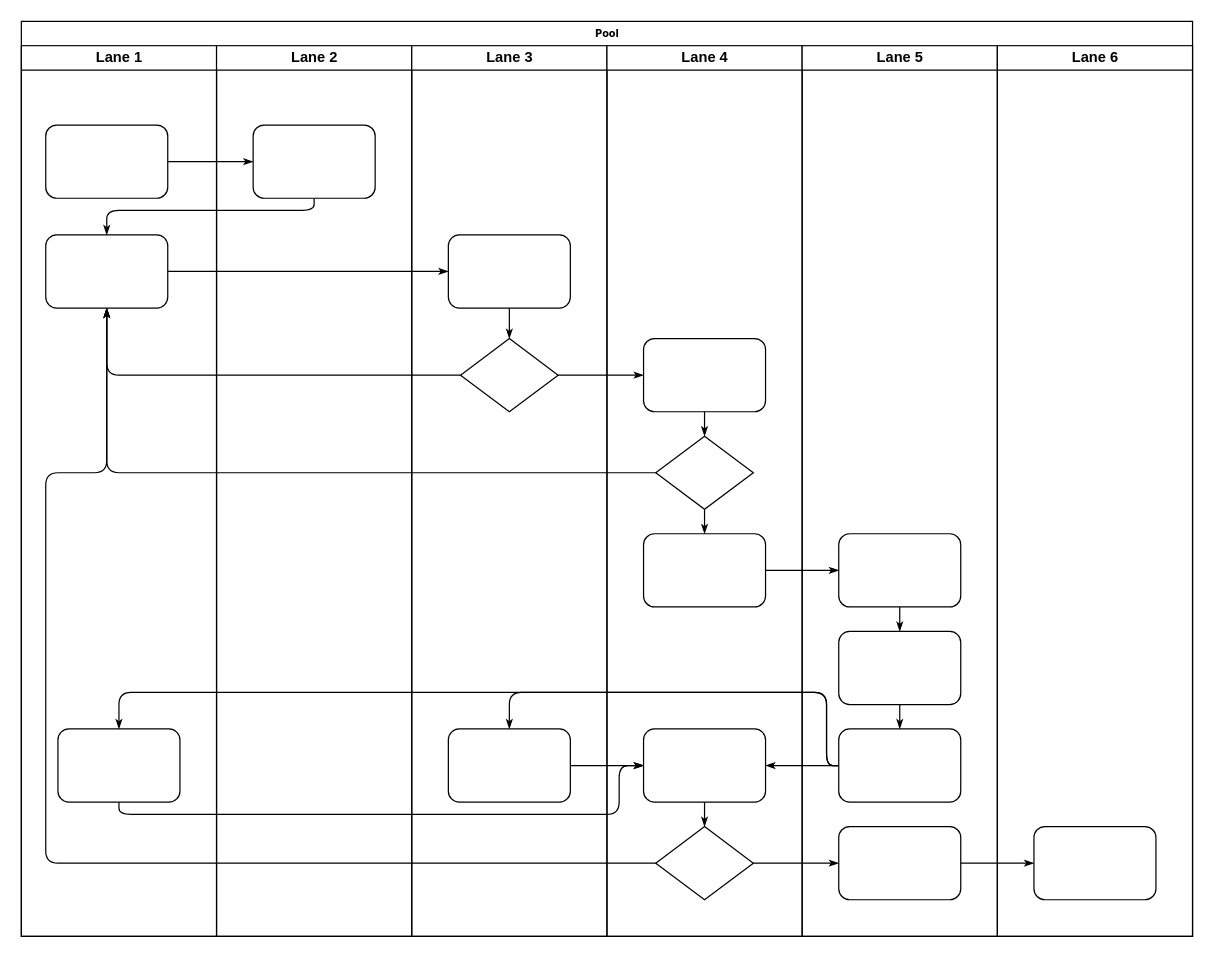
Earlier version of the draw.io diagram Diagrama sin título.drawio (SalvatierraJoe/FLUJOS-SIMTEXX). Source tidied: cells renumbered, new cells numbered last; positions are measured from the earlier drawing's top-left corner, leaving out a move shared by most shapes. Both pictures are drawn from the tidied source at 122%, with x=0, y=0 at pixel (21, 21).
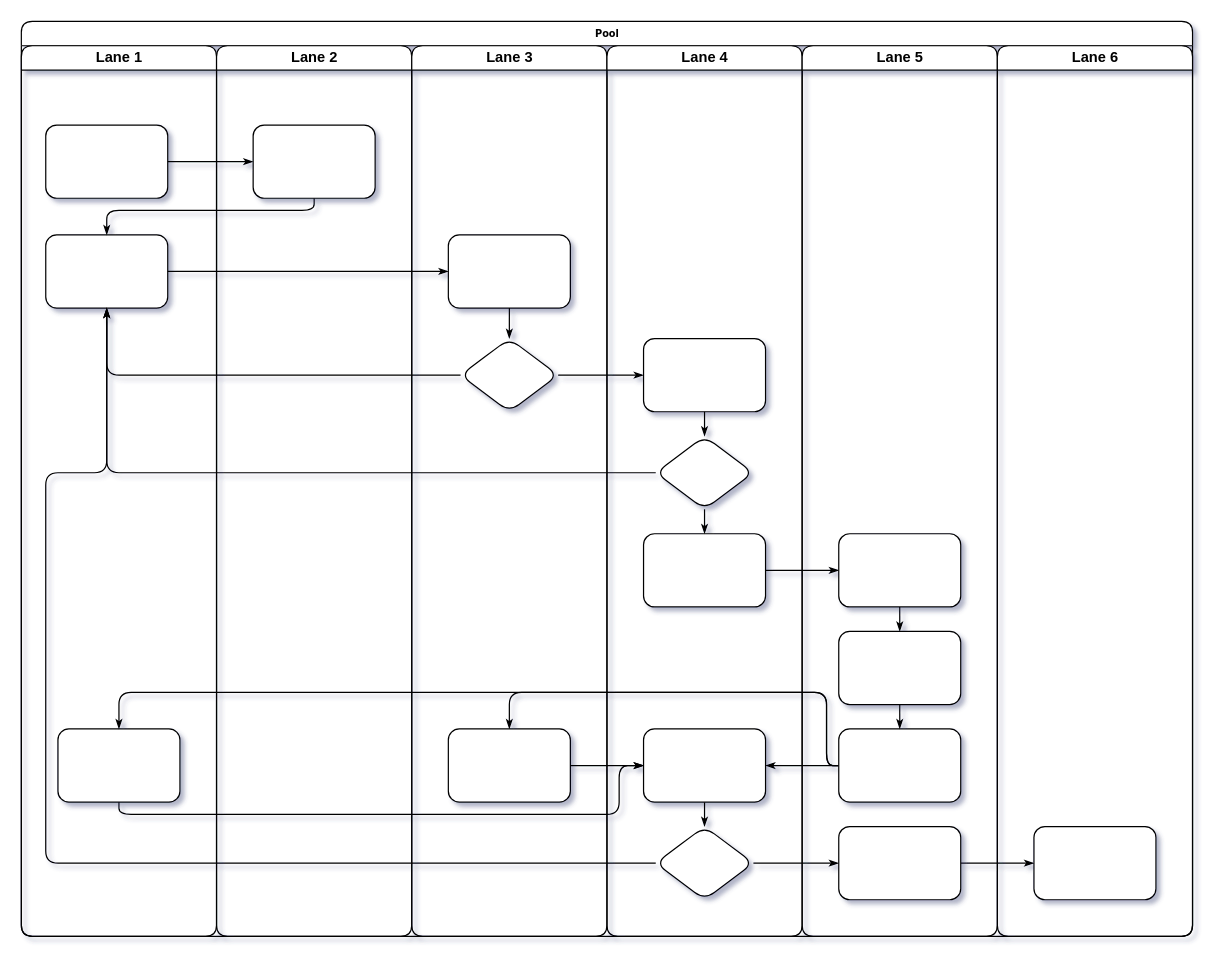
Above is the later version.

Unchanged cells that the change refers to:
```xml
<mxCell id="4" style="rounded=1;whiteSpace=wrap;html=1;shadow=0;labelBackgroundColor=none;strokeWidth=1;fontFamily=Verdana;fontSize=8;align=center;" parent="3" vertex="1">
  <mxGeometry x="20" y="65" width="100" height="60" as="geometry" />
</mxCell>
<mxCell id="5" style="rounded=1;whiteSpace=wrap;html=1;shadow=0;labelBackgroundColor=none;strokeWidth=1;fontFamily=Verdana;fontSize=8;align=center;" parent="3" vertex="1">
  <mxGeometry x="20" y="155" width="100" height="60" as="geometry" />
</mxCell>
<mxCell id="6" style="rounded=1;whiteSpace=wrap;html=1;shadow=0;labelBackgroundColor=none;strokeWidth=1;fontFamily=Verdana;fontSize=8;align=center;" parent="3" vertex="1">
  <mxGeometry x="30" y="560" width="100" height="60" as="geometry" />
</mxCell>
<mxCell id="23" style="rounded=1;whiteSpace=wrap;html=1;shadow=0;labelBackgroundColor=none;strokeWidth=1;fontFamily=Verdana;fontSize=8;align=center;" parent="22" vertex="1">
  <mxGeometry x="30" y="65" width="100" height="60" as="geometry" />
</mxCell>
<mxCell id="25" style="rounded=1;whiteSpace=wrap;html=1;shadow=0;labelBackgroundColor=none;strokeWidth=1;fontFamily=Verdana;fontSize=8;align=center;" parent="24" vertex="1">
  <mxGeometry x="30" y="155" width="100" height="60" as="geometry" />
</mxCell>
<mxCell id="27" style="rounded=1;whiteSpace=wrap;html=1;shadow=0;labelBackgroundColor=none;strokeWidth=1;fontFamily=Verdana;fontSize=8;align=center;" parent="24" vertex="1">
  <mxGeometry x="30" y="560" width="100" height="60" as="geometry" />
</mxCell>
<mxCell id="30" style="rounded=1;whiteSpace=wrap;html=1;shadow=0;labelBackgroundColor=none;strokeWidth=1;fontFamily=Verdana;fontSize=8;align=center;" parent="29" vertex="1">
  <mxGeometry x="30" y="240" width="100" height="60" as="geometry" />
</mxCell>
<mxCell id="32" style="rounded=1;whiteSpace=wrap;html=1;shadow=0;labelBackgroundColor=none;strokeWidth=1;fontFamily=Verdana;fontSize=8;align=center;" parent="29" vertex="1">
  <mxGeometry x="30" y="400" width="100" height="60" as="geometry" />
</mxCell>
<mxCell id="33" style="rounded=1;whiteSpace=wrap;html=1;shadow=0;labelBackgroundColor=none;strokeWidth=1;fontFamily=Verdana;fontSize=8;align=center;" parent="29" vertex="1">
  <mxGeometry x="30" y="560" width="100" height="60" as="geometry" />
</mxCell>
<mxCell id="39" style="rounded=1;whiteSpace=wrap;html=1;shadow=0;labelBackgroundColor=none;strokeWidth=1;fontFamily=Verdana;fontSize=8;align=center;" parent="38" vertex="1">
  <mxGeometry x="30" y="400" width="100" height="60" as="geometry" />
</mxCell>
<mxCell id="40" style="rounded=1;whiteSpace=wrap;html=1;shadow=0;labelBackgroundColor=none;strokeWidth=1;fontFamily=Verdana;fontSize=8;align=center;" parent="38" vertex="1">
  <mxGeometry x="30" y="480" width="100" height="60" as="geometry" />
</mxCell>
<mxCell id="41" style="rounded=1;whiteSpace=wrap;html=1;shadow=0;labelBackgroundColor=none;strokeWidth=1;fontFamily=Verdana;fontSize=8;align=center;" parent="38" vertex="1">
  <mxGeometry x="30" y="560" width="100" height="60" as="geometry" />
</mxCell>
<mxCell id="42" style="rounded=1;whiteSpace=wrap;html=1;shadow=0;labelBackgroundColor=none;strokeWidth=1;fontFamily=Verdana;fontSize=8;align=center;" parent="38" vertex="1">
  <mxGeometry x="30" y="640" width="100" height="60" as="geometry" />
</mxCell>
<mxCell id="46" style="rounded=1;whiteSpace=wrap;html=1;shadow=0;labelBackgroundColor=none;strokeWidth=1;fontFamily=Verdana;fontSize=8;align=center;" parent="45" vertex="1">
  <mxGeometry x="30" y="640" width="100" height="60" as="geometry" />
</mxCell>
```

What changed in the source:
```diff
@@
-<mxGraphModel>
+<mxGraphModel background="#ffffff" shadow="1">
@@
-    <mxCell id="2" value="Pool" style="swimlane;html=1;startSize=20;rounded=0;shadow=0;labelBackgroundColor=none;strokeWidth=1;fontFamily=Verdana;fontSize=8;align=center;" parent="1" vertex="1">
+    <mxCell id="2" value="Pool" style="swimlane;html=1;startSize=20;rounded=1;shadow=0;labelBackgroundColor=none;strokeWidth=1;fontFamily=Verdana;fontSize=8;align=center;" parent="1" vertex="1">
       <mxGeometry width="960" height="750" as="geometry" />
     </mxCell>
-    <mxCell id="3" value="Lane 1" style="swimlane;html=1;startSize=20;" parent="2" vertex="1">
+    <mxCell id="3" value="Lane 1" style="swimlane;html=1;startSize=20;labelBackgroundColor=none;rounded=1;" parent="2" vertex="1">
       <mxGeometry y="20" width="160" height="730" as="geometry" />
     </mxCell>
@@
-    <mxCell id="7" style="edgeStyle=orthogonalEdgeStyle;rounded=1;html=1;labelBackgroundColor=none;startArrow=none;startFill=0;startSize=5;endArrow=classicThin;endFill=1;endSize=5;jettySize=auto;strokeWidth=1;fontFamily=Verdana;fontSize=8;" parent="2" edge="1" source="4" target="23">
+    <mxCell id="7" style="edgeStyle=orthogonalEdgeStyle;rounded=1;html=1;labelBackgroundColor=none;startArrow=none;startFill=0;startSize=5;endArrow=classicThin;endFill=1;endSize=5;jettySize=auto;strokeWidth=1;fontFamily=Verdana;fontSize=8;fontColor=default;" parent="2" edge="1" source="4" target="23">
       <mxGeometry relative="1" as="geometry" />
     </mxCell>
-    <mxCell id="8" style="edgeStyle=orthogonalEdgeStyle;rounded=1;html=1;labelBackgroundColor=none;startArrow=none;startFill=0;startSize=5;endArrow=classicThin;endFill=1;endSize=5;jettySize=auto;strokeWidth=1;fontFamily=Verdana;fontSize=8;" parent="2" edge="1" source="23" target="5">
+    <mxCell id="8" style="edgeStyle=orthogonalEdgeStyle;rounded=1;html=1;labelBackgroundColor=none;startArrow=none;startFill=0;startSize=5;endArrow=classicThin;endFill=1;endSize=5;jettySize=auto;strokeWidth=1;fontFamily=Verdana;fontSize=8;fontColor=default;" parent="2" edge="1" source="23" target="5">
       <mxGeometry relative="1" as="geometry">
         <Array as="points">
           <mxPoint x="240" y="155" />
           <mxPoint x="70" y="155" />
         </Array>
       </mxGeometry>
     </mxCell>
-    <mxCell id="9" style="edgeStyle=orthogonalEdgeStyle;rounded=1;html=1;labelBackgroundColor=none;startArrow=none;startFill=0;startSize=5;endArrow=classicThin;endFill=1;endSize=5;jettySize=auto;strokeWidth=1;fontFamily=Verdana;fontSize=8;" parent="2" edge="1" source="5" target="25">
+    <mxCell id="9" style="edgeStyle=orthogonalEdgeStyle;rounded=1;html=1;labelBackgroundColor=none;startArrow=none;startFill=0;startSize=5;endArrow=classicThin;endFill=1;endSize=5;jettySize=auto;strokeWidth=1;fontFamily=Verdana;fontSize=8;fontColor=default;" parent="2" edge="1" source="5" target="25">
       <mxGeometry relative="1" as="geometry" />
     </mxCell>
-    <mxCell id="10" style="edgeStyle=orthogonalEdgeStyle;rounded=1;html=1;labelBackgroundColor=none;startArrow=none;startFill=0;startSize=5;endArrow=classicThin;endFill=1;endSize=5;jettySize=auto;strokeWidth=1;fontFamily=Verdana;fontSize=8;" parent="2" edge="1" source="26" target="5">
+    <mxCell id="10" style="edgeStyle=orthogonalEdgeStyle;rounded=1;html=1;labelBackgroundColor=none;startArrow=none;startFill=0;startSize=5;endArrow=classicThin;endFill=1;endSize=5;jettySize=auto;strokeWidth=1;fontFamily=Verdana;fontSize=8;fontColor=default;" parent="2" edge="1" source="26" target="5">
       <mxGeometry relative="1" as="geometry" />
     </mxCell>
-    <mxCell id="11" style="edgeStyle=orthogonalEdgeStyle;rounded=1;html=1;labelBackgroundColor=none;startArrow=none;startFill=0;startSize=5;endArrow=classicThin;endFill=1;endSize=5;jettySize=auto;strokeWidth=1;fontFamily=Verdana;fontSize=8;" parent="2" edge="1" source="31" target="5">
+    <mxCell id="11" style="edgeStyle=orthogonalEdgeStyle;rounded=1;html=1;labelBackgroundColor=none;startArrow=none;startFill=0;startSize=5;endArrow=classicThin;endFill=1;endSize=5;jettySize=auto;strokeWidth=1;fontFamily=Verdana;fontSize=8;fontColor=default;" parent="2" edge="1" source="31" target="5">
       <mxGeometry relative="1" as="geometry" />
     </mxCell>
-    <mxCell id="12" style="edgeStyle=orthogonalEdgeStyle;rounded=1;html=1;labelBackgroundColor=none;startArrow=none;startFill=0;startSize=5;endArrow=classicThin;endFill=1;endSize=5;jettySize=auto;strokeWidth=1;fontFamily=Verdana;fontSize=8;" parent="2" edge="1" source="34" target="5">
+    <mxCell id="12" style="edgeStyle=orthogonalEdgeStyle;rounded=1;html=1;labelBackgroundColor=none;startArrow=none;startFill=0;startSize=5;endArrow=classicThin;endFill=1;endSize=5;jettySize=auto;strokeWidth=1;fontFamily=Verdana;fontSize=8;fontColor=default;" parent="2" edge="1" source="34" target="5">
       <mxGeometry relative="1" as="geometry">
         <Array as="points">
           <mxPoint x="20" y="690" />
           <mxPoint x="20" y="370" />
           <mxPoint x="70" y="370" />
         </Array>
       </mxGeometry>
     </mxCell>
-    <mxCell id="13" style="edgeStyle=orthogonalEdgeStyle;rounded=1;html=1;labelBackgroundColor=none;startArrow=none;startFill=0;startSize=5;endArrow=classicThin;endFill=1;endSize=5;jettySize=auto;strokeWidth=1;fontFamily=Verdana;fontSize=8;" parent="2" edge="1" source="26" target="30">
+    <mxCell id="13" style="edgeStyle=orthogonalEdgeStyle;rounded=1;html=1;labelBackgroundColor=none;startArrow=none;startFill=0;startSize=5;endArrow=classicThin;endFill=1;endSize=5;jettySize=auto;strokeWidth=1;fontFamily=Verdana;fontSize=8;fontColor=default;" parent="2" edge="1" source="26" target="30">
       <mxGeometry relative="1" as="geometry" />
     </mxCell>
-    <mxCell id="14" style="edgeStyle=orthogonalEdgeStyle;rounded=1;html=1;labelBackgroundColor=none;startArrow=none;startFill=0;startSize=5;endArrow=classicThin;endFill=1;endSize=5;jettySize=auto;strokeWidth=1;fontFamily=Verdana;fontSize=8;" parent="2" edge="1" source="34" target="42">
+    <mxCell id="14" style="edgeStyle=orthogonalEdgeStyle;rounded=1;html=1;labelBackgroundColor=none;startArrow=none;startFill=0;startSize=5;endArrow=classicThin;endFill=1;endSize=5;jettySize=auto;strokeWidth=1;fontFamily=Verdana;fontSize=8;fontColor=default;" parent="2" edge="1" source="34" target="42">
       <mxGeometry relative="1" as="geometry" />
     </mxCell>
-    <mxCell id="15" style="edgeStyle=orthogonalEdgeStyle;rounded=1;html=1;labelBackgroundColor=none;startArrow=none;startFill=0;startSize=5;endArrow=classicThin;endFill=1;endSize=5;jettySize=auto;strokeWidth=1;fontFamily=Verdana;fontSize=8;" parent="2" edge="1" source="42" target="46">
+    <mxCell id="15" style="edgeStyle=orthogonalEdgeStyle;rounded=1;html=1;labelBackgroundColor=none;startArrow=none;startFill=0;startSize=5;endArrow=classicThin;endFill=1;endSize=5;jettySize=auto;strokeWidth=1;fontFamily=Verdana;fontSize=8;fontColor=default;" parent="2" edge="1" source="42" target="46">
       <mxGeometry relative="1" as="geometry" />
     </mxCell>
-    <mxCell id="16" style="edgeStyle=orthogonalEdgeStyle;rounded=1;html=1;labelBackgroundColor=none;startArrow=none;startFill=0;startSize=5;endArrow=classicThin;endFill=1;endSize=5;jettySize=auto;strokeWidth=1;fontFamily=Verdana;fontSize=8;" parent="2" edge="1" source="32" target="39">
+    <mxCell id="16" style="edgeStyle=orthogonalEdgeStyle;rounded=1;html=1;labelBackgroundColor=none;startArrow=none;startFill=0;startSize=5;endArrow=classicThin;endFill=1;endSize=5;jettySize=auto;strokeWidth=1;fontFamily=Verdana;fontSize=8;fontColor=default;" parent="2" edge="1" source="32" target="39">
       <mxGeometry relative="1" as="geometry" />
     </mxCell>
-    <mxCell id="17" style="edgeStyle=orthogonalEdgeStyle;rounded=1;html=1;labelBackgroundColor=none;startArrow=none;startFill=0;startSize=5;endArrow=classicThin;endFill=1;endSize=5;jettySize=auto;strokeWidth=1;fontFamily=Verdana;fontSize=8;" parent="2" edge="1" source="41" target="27">
+    <mxCell id="17" style="edgeStyle=orthogonalEdgeStyle;rounded=1;html=1;labelBackgroundColor=none;startArrow=none;startFill=0;startSize=5;endArrow=classicThin;endFill=1;endSize=5;jettySize=auto;strokeWidth=1;fontFamily=Verdana;fontSize=8;fontColor=default;" parent="2" edge="1" source="41" target="27">
       <mxGeometry relative="1" as="geometry">
         <Array as="points">
           <mxPoint x="660" y="610" />
           <mxPoint x="660" y="550" />
           <mxPoint x="400" y="550" />
         </Array>
       </mxGeometry>
     </mxCell>
-    <mxCell id="18" style="edgeStyle=orthogonalEdgeStyle;rounded=1;html=1;labelBackgroundColor=none;startArrow=none;startFill=0;startSize=5;endArrow=classicThin;endFill=1;endSize=5;jettySize=auto;strokeColor=#000000;strokeWidth=1;fontFamily=Verdana;fontSize=8;fontColor=#000000;" parent="2" edge="1" source="41" target="33">
+    <mxCell id="18" style="edgeStyle=orthogonalEdgeStyle;rounded=1;html=1;labelBackgroundColor=none;startArrow=none;startFill=0;startSize=5;endArrow=classicThin;endFill=1;endSize=5;jettySize=auto;strokeWidth=1;fontFamily=Verdana;fontSize=8;fontColor=default;" parent="2" edge="1" source="41" target="33">
       <mxGeometry relative="1" as="geometry" />
     </mxCell>
-    <mxCell id="19" style="edgeStyle=orthogonalEdgeStyle;rounded=1;html=1;labelBackgroundColor=none;startArrow=none;startFill=0;startSize=5;endArrow=classicThin;endFill=1;endSize=5;jettySize=auto;strokeWidth=1;fontFamily=Verdana;fontSize=8;" parent="2" edge="1" source="41" target="6">
+    <mxCell id="19" style="edgeStyle=orthogonalEdgeStyle;rounded=1;html=1;labelBackgroundColor=none;startArrow=none;startFill=0;startSize=5;endArrow=classicThin;endFill=1;endSize=5;jettySize=auto;strokeWidth=1;fontFamily=Verdana;fontSize=8;fontColor=default;" parent="2" edge="1" source="41" target="6">
       <mxGeometry relative="1" as="geometry">
         <Array as="points">
           <mxPoint x="660" y="610" />
           <mxPoint x="660" y="550" />
           <mxPoint x="80" y="550" />
         </Array>
       </mxGeometry>
     </mxCell>
-    <mxCell id="20" style="edgeStyle=orthogonalEdgeStyle;rounded=1;html=1;labelBackgroundColor=none;startArrow=none;startFill=0;startSize=5;endArrow=classicThin;endFill=1;endSize=5;jettySize=auto;strokeWidth=1;fontFamily=Verdana;fontSize=8;" parent="2" edge="1" source="6" target="33">
+    <mxCell id="20" style="edgeStyle=orthogonalEdgeStyle;rounded=1;html=1;labelBackgroundColor=none;startArrow=none;startFill=0;startSize=5;endArrow=classicThin;endFill=1;endSize=5;jettySize=auto;strokeWidth=1;fontFamily=Verdana;fontSize=8;fontColor=default;" parent="2" edge="1" source="6" target="33">
       <mxGeometry relative="1" as="geometry">
         <Array as="points">
           <mxPoint x="80" y="650" />
           <mxPoint x="490" y="650" />
           <mxPoint x="490" y="610" />
         </Array>
       </mxGeometry>
     </mxCell>
-    <mxCell id="21" style="edgeStyle=orthogonalEdgeStyle;rounded=1;html=1;labelBackgroundColor=none;startArrow=none;startFill=0;startSize=5;endArrow=classicThin;endFill=1;endSize=5;jettySize=auto;strokeWidth=1;fontFamily=Verdana;fontSize=8;" parent="2" edge="1" source="27" target="33">
+    <mxCell id="21" style="edgeStyle=orthogonalEdgeStyle;rounded=1;html=1;labelBackgroundColor=none;startArrow=none;startFill=0;startSize=5;endArrow=classicThin;endFill=1;endSize=5;jettySize=auto;strokeWidth=1;fontFamily=Verdana;fontSize=8;fontColor=default;" parent="2" edge="1" source="27" target="33">
       <mxGeometry relative="1" as="geometry" />
     </mxCell>
-    <mxCell id="22" value="Lane 2" style="swimlane;html=1;startSize=20;" parent="2" vertex="1">
+    <mxCell id="22" value="Lane 2" style="swimlane;html=1;startSize=20;labelBackgroundColor=none;rounded=1;" parent="2" vertex="1">
       <mxGeometry x="160" y="20" width="160" height="730" as="geometry" />
     </mxCell>
@@
-    <mxCell id="24" value="Lane 3" style="swimlane;html=1;startSize=20;" parent="2" vertex="1">
+    <mxCell id="24" value="Lane 3" style="swimlane;html=1;startSize=20;labelBackgroundColor=none;rounded=1;" parent="2" vertex="1">
       <mxGeometry x="320" y="20" width="160" height="730" as="geometry" />
     </mxCell>
@@
-    <mxCell id="26" style="rhombus;whiteSpace=wrap;html=1;rounded=0;shadow=0;labelBackgroundColor=none;strokeWidth=1;fontFamily=Verdana;fontSize=8;align=center;" parent="24" vertex="1">
+    <mxCell id="26" style="rhombus;whiteSpace=wrap;html=1;rounded=1;shadow=0;labelBackgroundColor=none;strokeWidth=1;fontFamily=Verdana;fontSize=8;align=center;" parent="24" vertex="1">
       <mxGeometry x="40" y="240" width="80" height="60" as="geometry" />
     </mxCell>
@@
-    <mxCell id="28" style="edgeStyle=orthogonalEdgeStyle;rounded=1;html=1;labelBackgroundColor=none;startArrow=none;startFill=0;startSize=5;endArrow=classicThin;endFill=1;endSize=5;jettySize=auto;strokeWidth=1;fontFamily=Verdana;fontSize=8;" parent="24" edge="1" source="25" target="26">
+    <mxCell id="28" style="edgeStyle=orthogonalEdgeStyle;rounded=1;html=1;labelBackgroundColor=none;startArrow=none;startFill=0;startSize=5;endArrow=classicThin;endFill=1;endSize=5;jettySize=auto;strokeWidth=1;fontFamily=Verdana;fontSize=8;fontColor=default;" parent="24" edge="1" source="25" target="26">
       <mxGeometry relative="1" as="geometry" />
     </mxCell>
-    <mxCell id="29" value="Lane 4" style="swimlane;html=1;startSize=20;" parent="2" vertex="1">
+    <mxCell id="29" value="Lane 4" style="swimlane;html=1;startSize=20;labelBackgroundColor=none;rounded=1;" parent="2" vertex="1">
       <mxGeometry x="480" y="20" width="160" height="730" as="geometry" />
     </mxCell>
@@
-    <mxCell id="31" style="rhombus;whiteSpace=wrap;html=1;rounded=0;shadow=0;labelBackgroundColor=none;strokeWidth=1;fontFamily=Verdana;fontSize=8;align=center;" parent="29" vertex="1">
+    <mxCell id="31" style="rhombus;whiteSpace=wrap;html=1;rounded=1;shadow=0;labelBackgroundColor=none;strokeWidth=1;fontFamily=Verdana;fontSize=8;align=center;" parent="29" vertex="1">
       <mxGeometry x="40" y="320" width="80" height="60" as="geometry" />
     </mxCell>
@@
-    <mxCell id="34" style="rhombus;whiteSpace=wrap;html=1;rounded=0;shadow=0;labelBackgroundColor=none;strokeWidth=1;fontFamily=Verdana;fontSize=8;align=center;" parent="29" vertex="1">
+    <mxCell id="34" style="rhombus;whiteSpace=wrap;html=1;rounded=1;shadow=0;labelBackgroundColor=none;strokeWidth=1;fontFamily=Verdana;fontSize=8;align=center;" parent="29" vertex="1">
       <mxGeometry x="40" y="640" width="80" height="60" as="geometry" />
     </mxCell>
-    <mxCell id="35" style="edgeStyle=orthogonalEdgeStyle;rounded=1;html=1;labelBackgroundColor=none;startArrow=none;startFill=0;startSize=5;endArrow=classicThin;endFill=1;endSize=5;jettySize=auto;strokeColor=#000000;strokeWidth=1;fontFamily=Verdana;fontSize=8;fontColor=#000000;" parent="29" edge="1" source="30" target="31">
+    <mxCell id="35" style="edgeStyle=orthogonalEdgeStyle;rounded=1;html=1;labelBackgroundColor=none;startArrow=none;startFill=0;startSize=5;endArrow=classicThin;endFill=1;endSize=5;jettySize=auto;strokeWidth=1;fontFamily=Verdana;fontSize=8;fontColor=default;" parent="29" edge="1" source="30" target="31">
       <mxGeometry relative="1" as="geometry" />
     </mxCell>
-    <mxCell id="36" style="edgeStyle=orthogonalEdgeStyle;rounded=1;html=1;labelBackgroundColor=none;startArrow=none;startFill=0;startSize=5;endArrow=classicThin;endFill=1;endSize=5;jettySize=auto;strokeWidth=1;fontFamily=Verdana;fontSize=8;" parent="29" edge="1" source="31" target="32">
+    <mxCell id="36" style="edgeStyle=orthogonalEdgeStyle;rounded=1;html=1;labelBackgroundColor=none;startArrow=none;startFill=0;startSize=5;endArrow=classicThin;endFill=1;endSize=5;jettySize=auto;strokeWidth=1;fontFamily=Verdana;fontSize=8;fontColor=default;" parent="29" edge="1" source="31" target="32">
       <mxGeometry relative="1" as="geometry" />
     </mxCell>
-    <mxCell id="37" style="edgeStyle=orthogonalEdgeStyle;rounded=1;html=1;labelBackgroundColor=none;startArrow=none;startFill=0;startSize=5;endArrow=classicThin;endFill=1;endSize=5;jettySize=auto;strokeWidth=1;fontFamily=Verdana;fontSize=8;" parent="29" edge="1" source="33" target="34">
+    <mxCell id="37" style="edgeStyle=orthogonalEdgeStyle;rounded=1;html=1;labelBackgroundColor=none;startArrow=none;startFill=0;startSize=5;endArrow=classicThin;endFill=1;endSize=5;jettySize=auto;strokeWidth=1;fontFamily=Verdana;fontSize=8;fontColor=default;" parent="29" edge="1" source="33" target="34">
       <mxGeometry relative="1" as="geometry" />
     </mxCell>
-    <mxCell id="38" value="Lane 5" style="swimlane;html=1;startSize=20;" parent="2" vertex="1">
+    <mxCell id="38" value="Lane 5" style="swimlane;html=1;startSize=20;labelBackgroundColor=none;rounded=1;" parent="2" vertex="1">
       <mxGeometry x="640" y="20" width="160" height="730" as="geometry" />
     </mxCell>
@@
-    <mxCell id="43" style="edgeStyle=orthogonalEdgeStyle;rounded=1;html=1;labelBackgroundColor=none;startArrow=none;startFill=0;startSize=5;endArrow=classicThin;endFill=1;endSize=5;jettySize=auto;strokeWidth=1;fontFamily=Verdana;fontSize=8;" parent="38" edge="1" source="39" target="40">
+    <mxCell id="43" style="edgeStyle=orthogonalEdgeStyle;rounded=1;html=1;labelBackgroundColor=none;startArrow=none;startFill=0;startSize=5;endArrow=classicThin;endFill=1;endSize=5;jettySize=auto;strokeWidth=1;fontFamily=Verdana;fontSize=8;fontColor=default;" parent="38" edge="1" source="39" target="40">
       <mxGeometry relative="1" as="geometry" />
     </mxCell>
-    <mxCell id="44" style="edgeStyle=orthogonalEdgeStyle;rounded=1;html=1;labelBackgroundColor=none;startArrow=none;startFill=0;startSize=5;endArrow=classicThin;endFill=1;endSize=5;jettySize=auto;strokeWidth=1;fontFamily=Verdana;fontSize=8;" parent="38" edge="1" source="40" target="41">
+    <mxCell id="44" style="edgeStyle=orthogonalEdgeStyle;rounded=1;html=1;labelBackgroundColor=none;startArrow=none;startFill=0;startSize=5;endArrow=classicThin;endFill=1;endSize=5;jettySize=auto;strokeWidth=1;fontFamily=Verdana;fontSize=8;fontColor=default;" parent="38" edge="1" source="40" target="41">
       <mxGeometry relative="1" as="geometry" />
     </mxCell>
-    <mxCell id="45" value="Lane 6" style="swimlane;html=1;startSize=20;" parent="2" vertex="1">
+    <mxCell id="45" value="Lane 6" style="swimlane;html=1;startSize=20;labelBackgroundColor=none;rounded=1;" parent="2" vertex="1">
       <mxGeometry x="800" y="20" width="160" height="730" as="geometry" />
     </mxCell>
```
